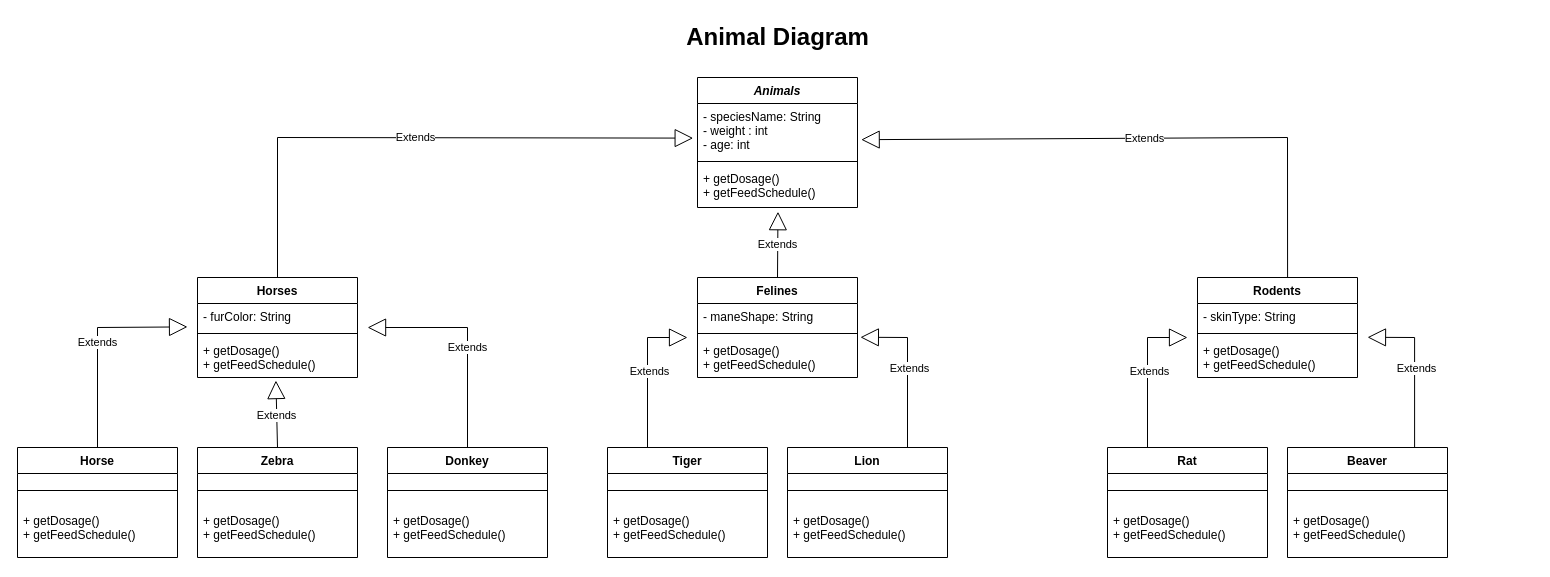
The draw.io diagram AnimalDiagram.drawio in zeynepkul/UMLDiagramsKodluyoruz, before the edit. Source tidied: cells renumbered, new cells numbered last; positions are measured from the earlier drawing's top-left corner, leaving out a move shared by most shapes. Both pictures are drawn from the tidied source at 100%, with x=0, y=0 at pixel (17, 17).
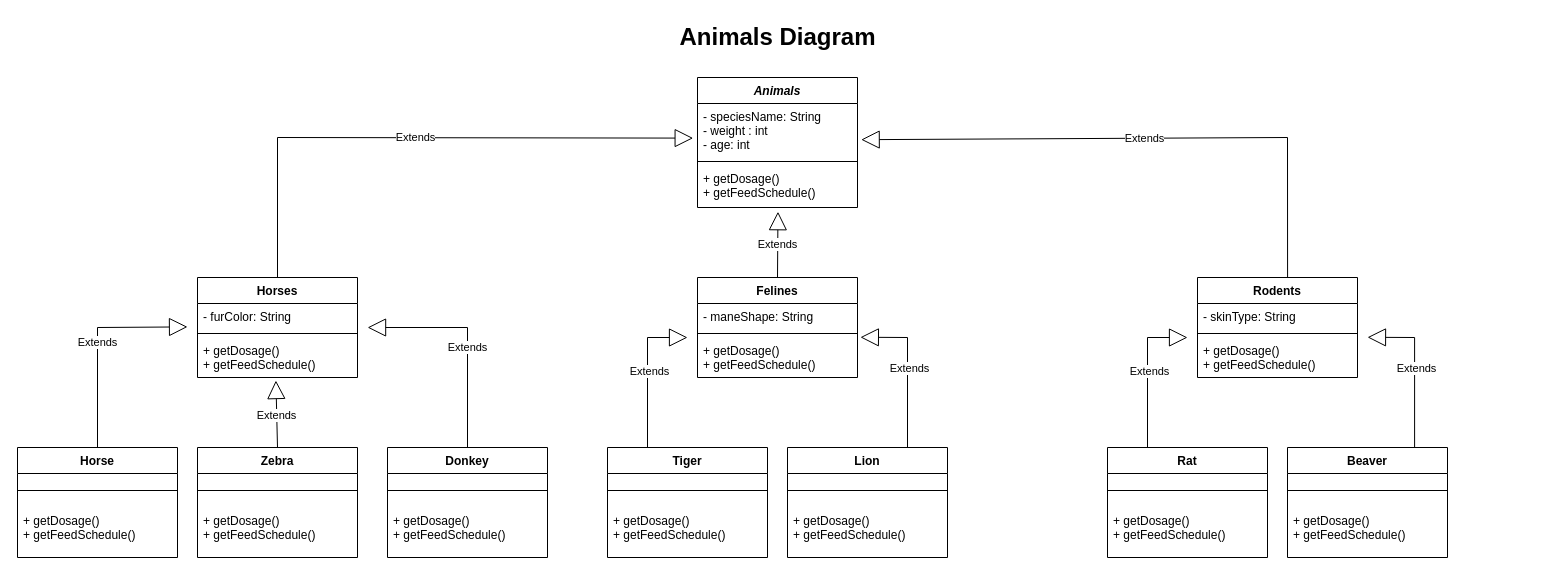
The same page after the edit.

Change to the diagram source:
```diff
@@
-    <mxCell id="2" value="Animal Diagram" style="text;strokeColor=none;fillColor=none;html=1;fontSize=24;fontStyle=1;verticalAlign=middle;align=center;" parent="1" vertex="1">
+    <mxCell id="2" value="Animals Diagram" style="text;strokeColor=none;fillColor=none;html=1;fontSize=24;fontStyle=1;verticalAlign=middle;align=center;" parent="1" vertex="1">
       <mxGeometry x="5" width="1510" height="40" as="geometry" />
     </mxCell>
```
